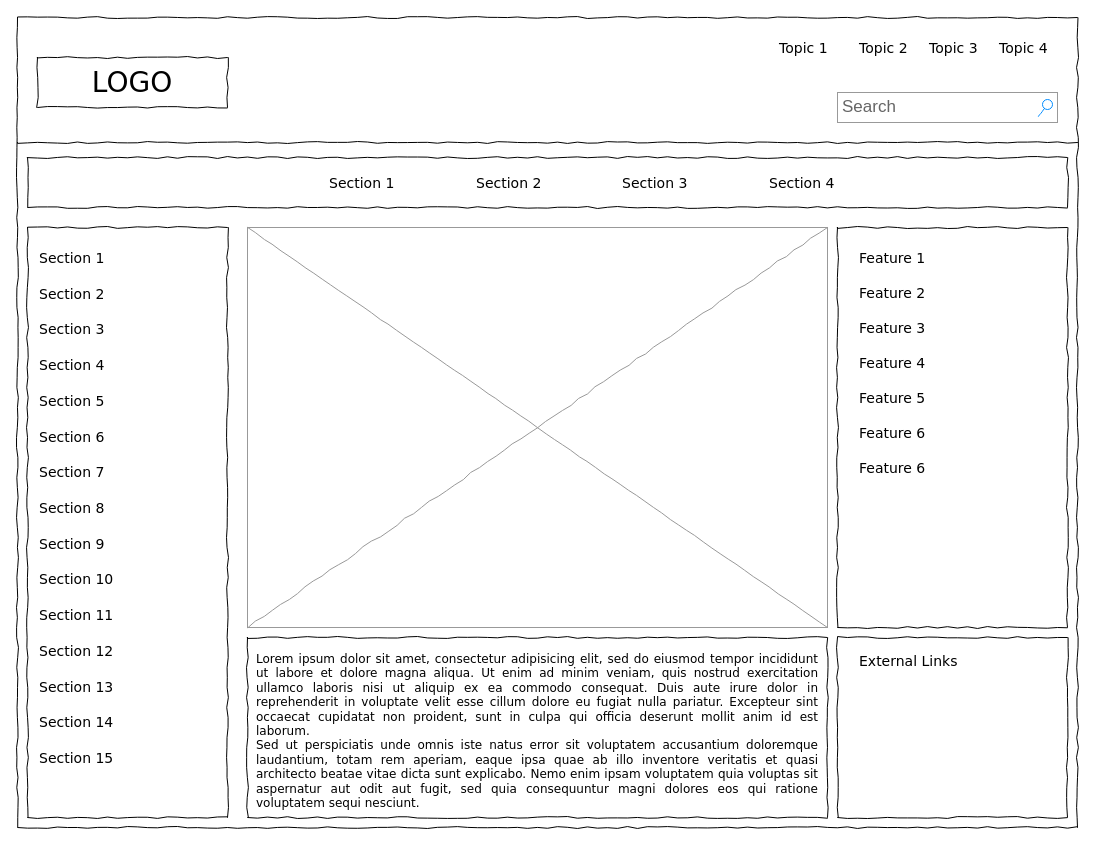
Before: collection/Cancel offboarding customer.drawio in operationd8979/drawio, a draw.io diagram. Source tidied: cells renumbered, new cells numbered last; positions are measured from the earlier drawing's top-left corner, leaving out a move shared by most shapes. Both pictures are drawn from the tidied source at 100%, with x=0, y=0 at pixel (17, 17).
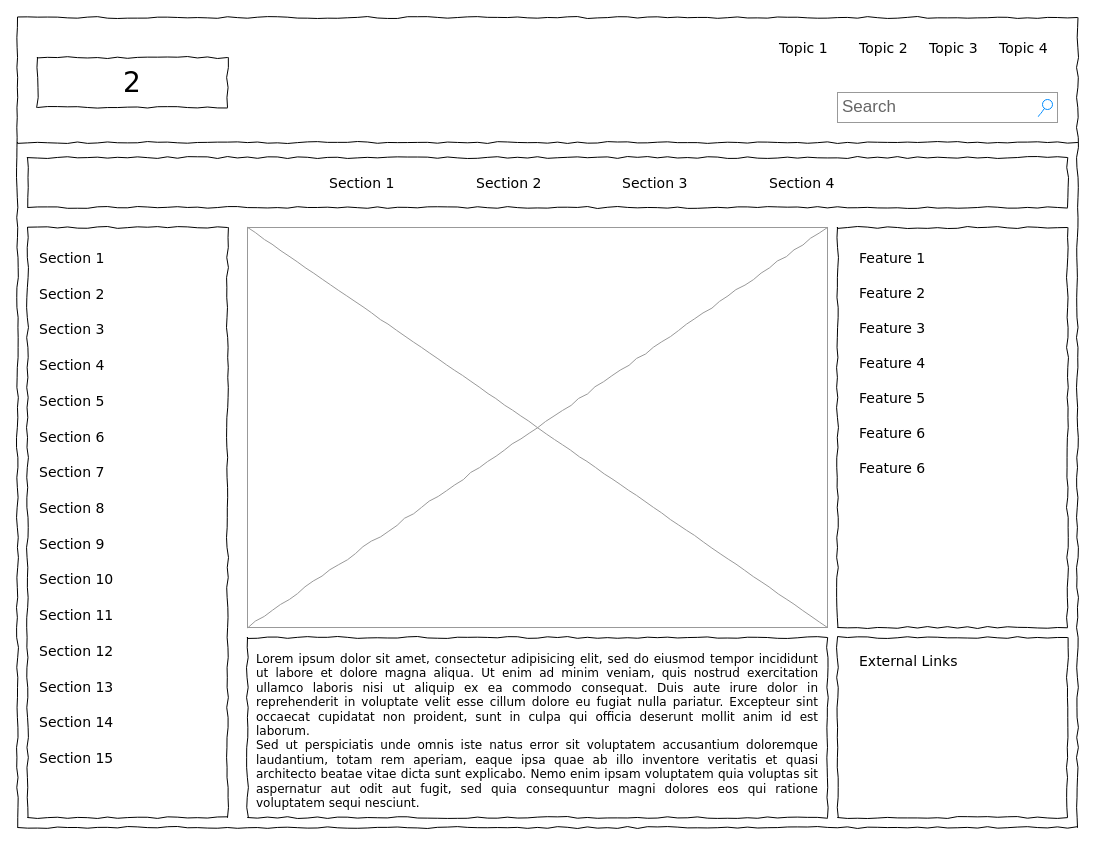
The same page after the edit.

Diff of the diagram source:
```diff
@@
-    <mxCell id="3" value="LOGO" style="whiteSpace=wrap;html=1;rounded=0;shadow=0;labelBackgroundColor=none;strokeWidth=1;fontFamily=Verdana;fontSize=28;align=center;comic=1;" parent="1" vertex="1">
+    <mxCell id="3" value="2" style="whiteSpace=wrap;html=1;rounded=0;shadow=0;labelBackgroundColor=none;strokeWidth=1;fontFamily=Verdana;fontSize=28;align=center;comic=1;" parent="1" vertex="1">
       <mxGeometry x="20" y="40" width="190" height="50" as="geometry" />
     </mxCell>
```
